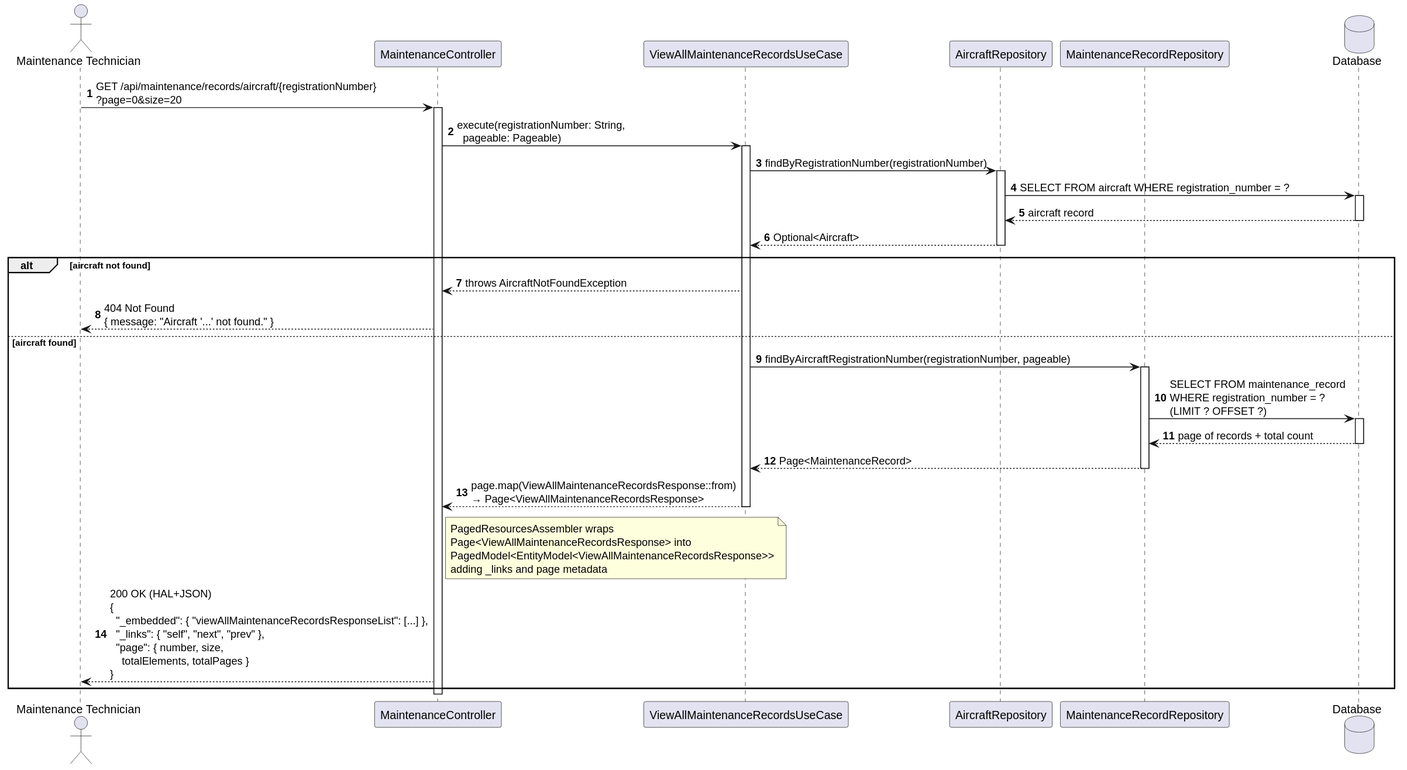
This is docs/system-documentation/use-cases/WP4A/US116/svg/sd_us116.svg from VascoMagolo/psoft_1231562_1241692_1242036_2db, a PlantUML export, as it was before one commit.
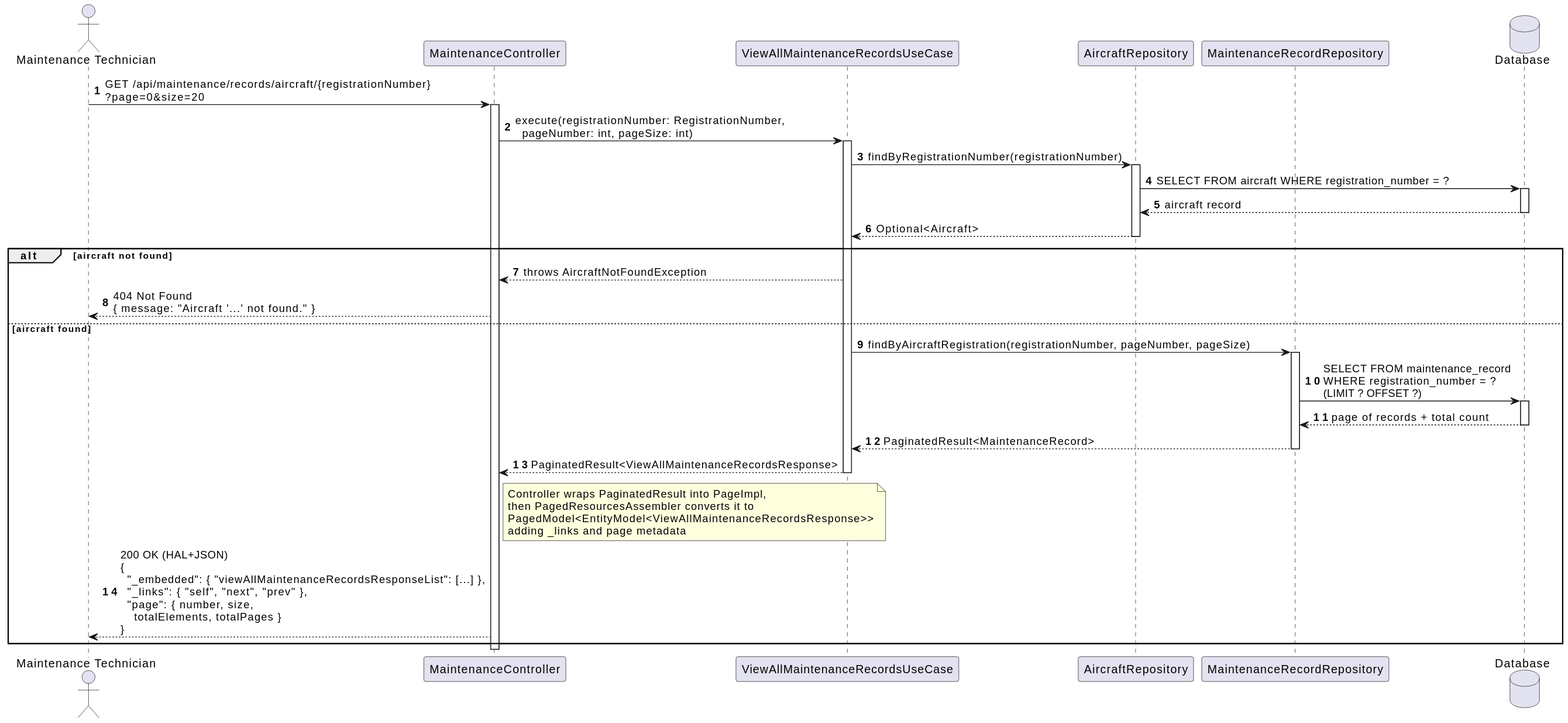
After the commit.

The edit, as a diff of the source:
```diff
@@ -10,7 +10,7 @@
 MT -> Ctrl : GET /api/maintenance/records/aircraft/{registrationNumber}\n?page=0&size=20
 activate Ctrl
 
-Ctrl -> UC : execute(registrationNumber: String,\n  pageable: Pageable)
+Ctrl -> UC : execute(registrationNumber: RegistrationNumber,\n  pageNumber: int, pageSize: int)
 activate UC
 
 UC -> AircraftRepo : findByRegistrationNumber(registrationNumber)
@@ -26,21 +26,21 @@
   UC --> Ctrl : throws AircraftNotFoundException
   Ctrl --> MT : 404 Not Found\n{ message: "Aircraft '...' not found." }
 else aircraft found
-  UC -> Repo : findByAircraftRegistrationNumber(registrationNumber, pageable)
+  UC -> Repo : findByAircraftRegistration(registrationNumber, pageNumber, pageSize)
   activate Repo
   Repo -> DB : SELECT FROM maintenance_record\nWHERE registration_number = ?\n(LIMIT ? OFFSET ?)
   activate DB
   DB --> Repo : page of records + total count
   deactivate DB
-  Repo --> UC : Page<MaintenanceRecord>
+  Repo --> UC : PaginatedResult<MaintenanceRecord>
   deactivate Repo
 
-  UC --> Ctrl : page.map(ViewAllMaintenanceRecordsResponse::from)\n→ Page<ViewAllMaintenanceRecordsResponse>
+  UC --> Ctrl : PaginatedResult<ViewAllMaintenanceRecordsResponse>
   deactivate UC
 
   note right of Ctrl
-    PagedResourcesAssembler wraps
-    Page<ViewAllMaintenanceRecordsResponse> into
+    Controller wraps PaginatedResult into PageImpl,
+    then PagedResourcesAssembler converts it to
     PagedModel<EntityModel<ViewAllMaintenanceRecordsResponse>>
     adding _links and page metadata
   end note
```
